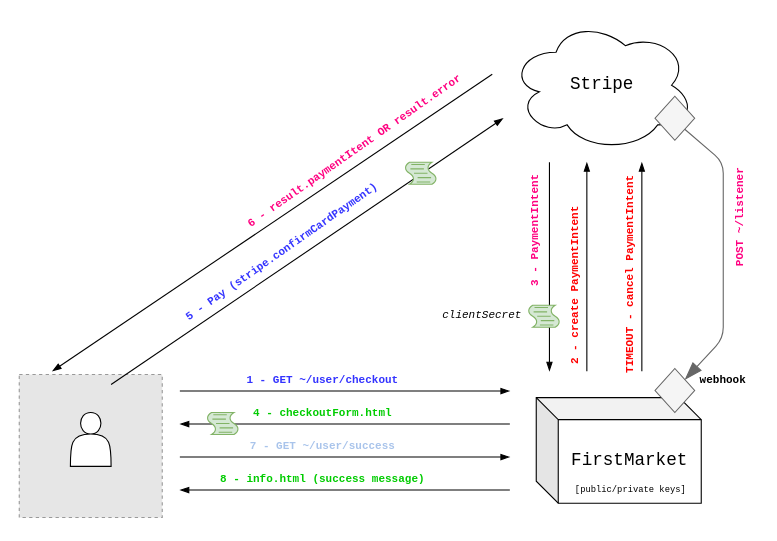
This is docs/report/images/stripe.drawio from misrraimsp/firstmarket, a draw.io file, before an edit. Source tidied: cells renumbered, new cells numbered last; positions are measured from the earlier drawing's top-left corner, leaving out a move shared by most shapes. Both pictures are drawn from the tidied source at 110%, with x=0, y=0 at pixel (19, 19). Pictures stored in the file or linked from it are replaced by grey dashed boxes.
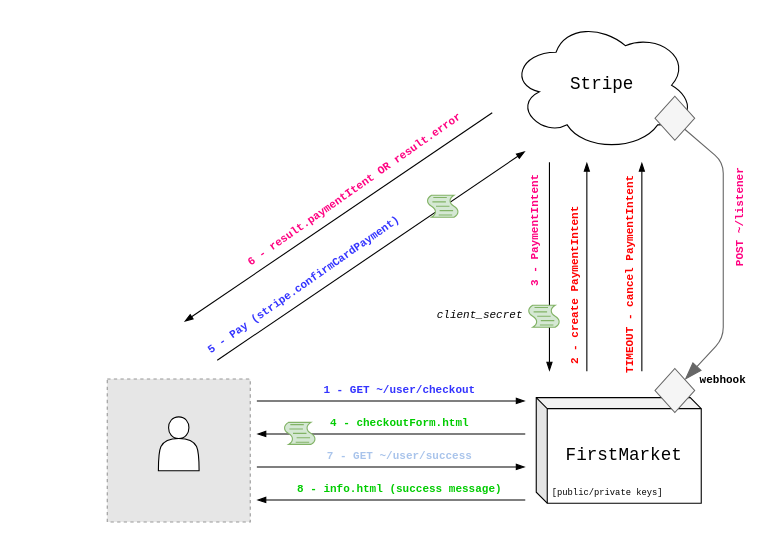
Above is the later version.

What changed in the source:
```diff
@@
-    <mxCell id="2" value="&lt;pre style=&quot;font-size: 16px&quot;&gt;&lt;font style=&quot;font-size: 16px&quot;&gt;FirstMarket&lt;br&gt;&lt;/font&gt;&lt;/pre&gt;" style="shape=cube;whiteSpace=wrap;html=1;boundedLbl=1;backgroundOutline=1;darkOpacity=0.05;darkOpacity2=0.1;" parent="1" vertex="1">
+    <mxCell id="2" value="&lt;pre style=&quot;font-size: 16px&quot;&gt;&lt;font style=&quot;font-size: 16px&quot;&gt;FirstMarket&lt;br&gt;&lt;/font&gt;&lt;/pre&gt;" style="shape=cube;whiteSpace=wrap;html=1;boundedLbl=1;backgroundOutline=1;darkOpacity=0.05;darkOpacity2=0.1;size=10;" parent="1" vertex="1">
       <mxGeometry x="470" y="344" width="150" height="96" as="geometry" />
     </mxCell>
     <mxCell id="3" style="fillColor=#E6E6E6;strokeColor=#999999;dashed=1;html=1;verticalAlign=top;verticalLabelPosition=bottom;labelBackgroundColor=#ffffff;" parent="1" vertex="1">
-      <mxGeometry y="323" width="130" height="130" as="geometry" />
+      <mxGeometry x="80" y="327" width="130" height="130" as="geometry" />
     </mxCell>
     <mxCell id="4" style="shape=actor;whiteSpace=wrap;html=1;" parent="1" vertex="1">
-      <mxGeometry x="46.5" y="357.5" width="37" height="49" as="geometry" />
+      <mxGeometry x="126.5" y="361.5" width="37" height="49" as="geometry" />
     </mxCell>
     <mxCell id="5" style="endArrow=blockThin;html=1;endFill=1;" parent="1" edge="1">
       <mxGeometry relative="1" as="geometry">
-        <mxPoint x="146" y="338" as="sourcePoint" />
-        <mxPoint x="446" y="338" as="targetPoint" />
+        <mxPoint x="216" y="347" as="sourcePoint" />
+        <mxPoint x="460" y="347" as="targetPoint" />
       </mxGeometry>
     </mxCell>
     <mxCell id="6" value="&lt;pre style=&quot;font-size: 10px&quot;&gt;&lt;font color=&quot;#3333FF&quot;&gt;&lt;b&gt;&lt;font style=&quot;font-size: 10px&quot;&gt;1 - GET ~/user/checkout&lt;/font&gt;&lt;/b&gt;&lt;/font&gt;&lt;/pre&gt;" style="text;html=1;strokeColor=none;fillColor=none;align=center;verticalAlign=middle;whiteSpace=wrap;rounded=0;" parent="1" vertex="1">
-      <mxGeometry x="231" y="318" width="90" height="20" as="geometry" />
+      <mxGeometry x="301" y="327" width="90" height="20" as="geometry" />
     </mxCell>
@@
     <mxCell id="11" style="endArrow=none;html=1;endFill=0;startArrow=blockThin;startFill=1;" parent="1" edge="1">
       <mxGeometry relative="1" as="geometry">
-        <mxPoint x="146" y="368" as="sourcePoint" />
-        <mxPoint x="446" y="368" as="targetPoint" />
+        <mxPoint x="216" y="377" as="sourcePoint" />
+        <mxPoint x="460" y="377" as="targetPoint" />
       </mxGeometry>
     </mxCell>
     <mxCell id="12" value="&lt;pre style=&quot;font-size: 10px&quot;&gt;&lt;font color=&quot;#00CC00&quot;&gt;&lt;b&gt;&lt;font style=&quot;font-size: 10px&quot;&gt;4 - checkout&lt;/font&gt;Form.html&lt;/b&gt;&lt;/font&gt;&lt;/pre&gt;" style="text;html=1;strokeColor=none;fillColor=none;align=center;verticalAlign=middle;whiteSpace=wrap;rounded=0;" parent="1" vertex="1">
-      <mxGeometry x="231" y="348" width="90" height="20" as="geometry" />
+      <mxGeometry x="301" y="357" width="90" height="20" as="geometry" />
     </mxCell>
     <mxCell id="13" value="&lt;pre style=&quot;font-size: 10px&quot;&gt;&lt;font color=&quot;#3333FF&quot;&gt;&lt;b&gt;5 - Pay (stripe.confirmCardPayment)&lt;/b&gt;&lt;/font&gt;&lt;/pre&gt;" style="text;html=1;strokeColor=none;fillColor=none;align=center;verticalAlign=middle;whiteSpace=wrap;rounded=0;rotation=-35;" parent="1" vertex="1">
-      <mxGeometry x="193.5" y="202" width="90" height="20" as="geometry" />
+      <mxGeometry x="213.5" y="232" width="90" height="20" as="geometry" />
     </mxCell>
     <mxCell id="14" style="endArrow=none;html=1;endFill=0;startArrow=blockThin;startFill=1;" parent="1" edge="1">
       <mxGeometry relative="1" as="geometry">
-        <mxPoint x="30" y="320" as="sourcePoint" />
-        <mxPoint x="430" y="50" as="targetPoint" />
+        <mxPoint x="150" y="275" as="sourcePoint" />
+        <mxPoint x="430" y="85" as="targetPoint" />
       </mxGeometry>
     </mxCell>
     <mxCell id="15" value="&lt;pre style=&quot;font-size: 10px&quot;&gt;&lt;b&gt;&lt;font color=&quot;#FF0080&quot;&gt;6 - result.paymentItent OR result.error&lt;/font&gt;&lt;/b&gt;&lt;/pre&gt;" style="text;html=1;strokeColor=none;fillColor=none;align=center;verticalAlign=middle;whiteSpace=wrap;rounded=0;rotation=-35;" parent="1" vertex="1">
-      <mxGeometry x="260" y="110" width="90" height="20" as="geometry" />
+      <mxGeometry x="260" y="145" width="90" height="20" as="geometry" />
     </mxCell>
     <mxCell id="16" style="endArrow=blockThin;html=1;endFill=1;" parent="1" edge="1">
       <mxGeometry relative="1" as="geometry">
-        <mxPoint x="146" y="398" as="sourcePoint" />
-        <mxPoint x="446" y="398" as="targetPoint" />
+        <mxPoint x="216" y="407" as="sourcePoint" />
+        <mxPoint x="460" y="407" as="targetPoint" />
       </mxGeometry>
     </mxCell>
     <mxCell id="17" value="&lt;pre style=&quot;font-size: 10px&quot;&gt;&lt;font color=&quot;#A9C4EB&quot;&gt;&lt;b&gt;&lt;font style=&quot;font-size: 10px&quot;&gt;7 - GET ~/user/success&lt;/font&gt;&lt;/b&gt;&lt;/font&gt;&lt;/pre&gt;" style="text;html=1;strokeColor=none;fillColor=none;align=center;verticalAlign=middle;whiteSpace=wrap;rounded=0;" parent="1" vertex="1">
-      <mxGeometry x="231" y="378" width="90" height="20" as="geometry" />
+      <mxGeometry x="301" y="387" width="90" height="20" as="geometry" />
     </mxCell>
     <mxCell id="18" style="endArrow=none;html=1;endFill=0;startArrow=blockThin;startFill=1;" parent="1" edge="1">
       <mxGeometry relative="1" as="geometry">
-        <mxPoint x="146" y="428" as="sourcePoint" />
-        <mxPoint x="446" y="428" as="targetPoint" />
+        <mxPoint x="216" y="437" as="sourcePoint" />
+        <mxPoint x="460" y="437" as="targetPoint" />
       </mxGeometry>
     </mxCell>
     <mxCell id="19" value="&lt;pre style=&quot;font-size: 10px&quot;&gt;&lt;font color=&quot;#00CC00&quot;&gt;&lt;b&gt;&lt;font style=&quot;font-size: 10px&quot;&gt;8 - info.html (success message&lt;/font&gt;)&lt;/b&gt;&lt;/font&gt;&lt;/pre&gt;" style="text;html=1;strokeColor=none;fillColor=none;align=center;verticalAlign=middle;whiteSpace=wrap;rounded=0;" parent="1" vertex="1">
-      <mxGeometry x="231" y="408" width="90" height="20" as="geometry" />
+      <mxGeometry x="301" y="417" width="90" height="20" as="geometry" />
     </mxCell>
     <mxCell id="20" style="endArrow=blockThin;html=1;endFill=1;startArrow=none;startFill=0;" parent="1" edge="1">
       <mxGeometry relative="1" as="geometry">
-        <mxPoint x="83.5" y="332" as="sourcePoint" />
-        <mxPoint x="440" y="90" as="targetPoint" />
+        <mxPoint x="180" y="310" as="sourcePoint" />
+        <mxPoint x="460" y="120" as="targetPoint" />
       </mxGeometry>
     </mxCell>
@@
     <mxCell id="25" value="&lt;pre style=&quot;font-size: 8px&quot;&gt;&lt;font style=&quot;font-size: 8px&quot;&gt;[public/private keys&lt;/font&gt;]&lt;/pre&gt;" style="text;html=1;strokeColor=none;fillColor=none;align=center;verticalAlign=middle;whiteSpace=wrap;rounded=0;" parent="1" vertex="1">
-      <mxGeometry x="536" y="417" width="40" height="20" as="geometry" />
+      <mxGeometry x="480" y="419.5" width="110" height="20" as="geometry" />
     </mxCell>
@@
-    <mxCell id="31" value="&lt;div style=&quot;font-size: 10px&quot;&gt;&lt;pre&gt;&lt;i&gt;&lt;font style=&quot;font-size: 10px&quot;&gt;clientSecret&lt;/font&gt;&lt;/i&gt;&lt;/pre&gt;&lt;/div&gt;" style="text;html=1;align=center;verticalAlign=middle;whiteSpace=wrap;rounded=0;rotation=0;" parent="1" vertex="1">
-      <mxGeometry x="391.2" y="260" width="59.8" height="18" as="geometry" />
+    <mxCell id="31" value="&lt;div style=&quot;font-size: 10px&quot;&gt;&lt;pre&gt;&lt;i&gt;&lt;font style=&quot;font-size: 10px&quot;&gt;client_secret&lt;/font&gt;&lt;/i&gt;&lt;/pre&gt;&lt;/div&gt;" style="text;html=1;align=center;verticalAlign=middle;whiteSpace=wrap;rounded=0;rotation=0;" parent="1" vertex="1">
+      <mxGeometry x="389.2" y="260" width="59.8" height="18" as="geometry" />
     </mxCell>
     <mxCell id="32" style="shape=mxgraph.bpmn.script_task;html=1;fillColor=#d5e8d4;strokeColor=#82b366;" parent="1" vertex="1">
-      <mxGeometry x="170" y="357.5" width="30" height="20" as="geometry" />
+      <mxGeometry x="240" y="366.5" width="30" height="20" as="geometry" />
     </mxCell>
     <mxCell id="33" style="shape=mxgraph.bpmn.script_task;html=1;fillColor=#d5e8d4;strokeColor=#82b366;" parent="1" vertex="1">
-      <mxGeometry x="350" y="130" width="30" height="20" as="geometry" />
+      <mxGeometry x="370" y="160" width="30" height="20" as="geometry" />
     </mxCell>
```
